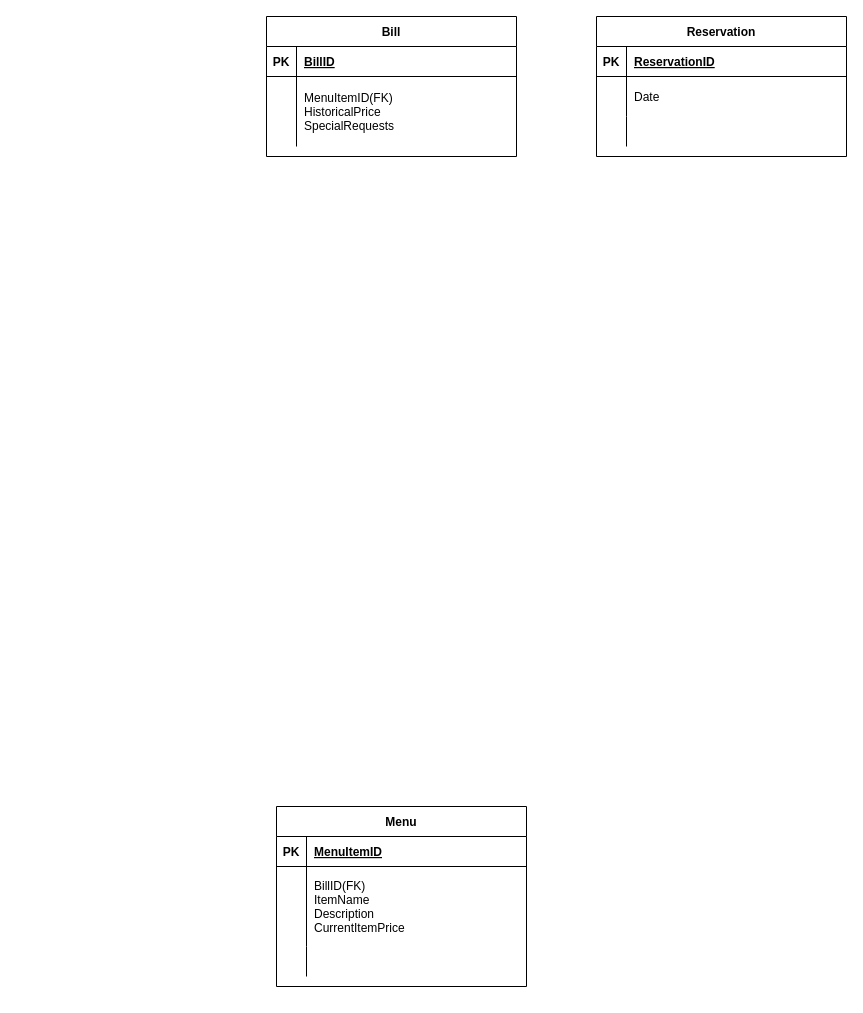
Earlier version of the draw.io diagram Untitled Diagram.drawio (atomas28/atomas28.github.io). Source tidied: cells renumbered, new cells numbered last; positions are measured from the earlier drawing's top-left corner, leaving out a move shared by most shapes. Both pictures are drawn from the tidied source at 100%, with x=0, y=0 at pixel (266, 16).
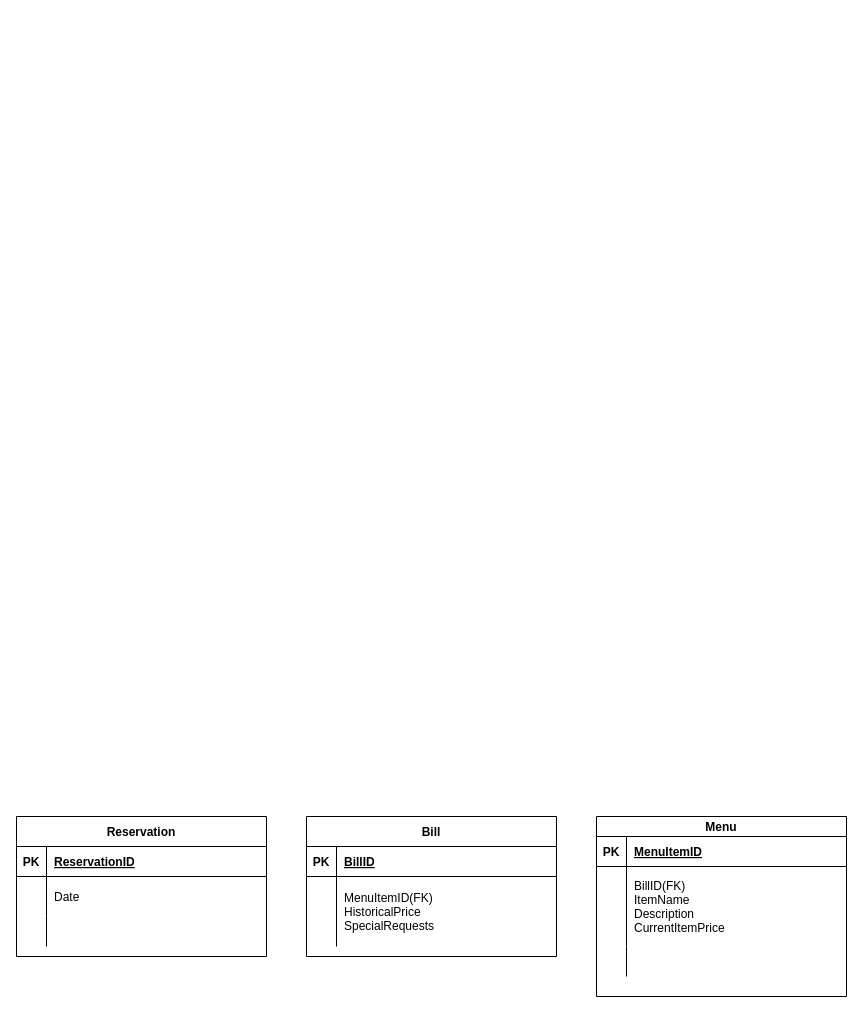
Above is the later version.

Commit message:
Update DMIT 1508 Lab 1.drawio

What changed in the source:
```diff
@@
     <mxCell id="2" value="Reservation" style="shape=table;startSize=30;childLayout=tableLayout;rowLines=0;fontStyle=1;align=center;" parent="1" vertex="1">
-      <mxGeometry x="330" width="250" height="140" as="geometry" />
+      <mxGeometry x="-250" y="800" width="250" height="140" as="geometry" />
     </mxCell>
@@
-    <mxCell id="12" value="Menu" style="shape=table;startSize=30;childLayout=tableLayout;rowLines=0;fontStyle=1;align=center;" parent="1" vertex="1">
-      <mxGeometry x="10" y="790" width="250" height="180" as="geometry" />
+    <mxCell id="12" value="Menu" style="shape=table;startSize=20;childLayout=tableLayout;rowLines=0;fontStyle=1;align=center;" parent="1" vertex="1">
+      <mxGeometry x="330" y="800" width="250" height="180" as="geometry" />
     </mxCell>
     <mxCell id="13" style="shape=partialRectangle;fillColor=none;top=0;left=0;right=0;bottom=1;" parent="12" vertex="1">
-      <mxGeometry y="30" width="250" height="30" as="geometry" />
+      <mxGeometry y="20" width="250" height="30" as="geometry" />
     </mxCell>
@@
     <mxCell id="16" style="shape=partialRectangle;fillColor=none;top=0;left=0;right=0;bottom=0;" parent="12" vertex="1">
-      <mxGeometry y="60" width="250" height="80" as="geometry" />
+      <mxGeometry y="50" width="250" height="80" as="geometry" />
     </mxCell>
@@
     <mxCell id="19" style="shape=partialRectangle;fillColor=none;top=0;left=0;right=0;bottom=0;" parent="12" vertex="1">
-      <mxGeometry y="140" width="250" height="30" as="geometry" />
+      <mxGeometry y="130" width="250" height="30" as="geometry" />
     </mxCell>
@@
     <mxCell id="22" value="Bill" style="shape=table;startSize=30;childLayout=tableLayout;rowLines=0;fontStyle=1;align=center;" parent="1" vertex="1">
-      <mxGeometry width="250" height="140" as="geometry" />
+      <mxGeometry x="40" y="800" width="250" height="140" as="geometry" />
     </mxCell>
```
